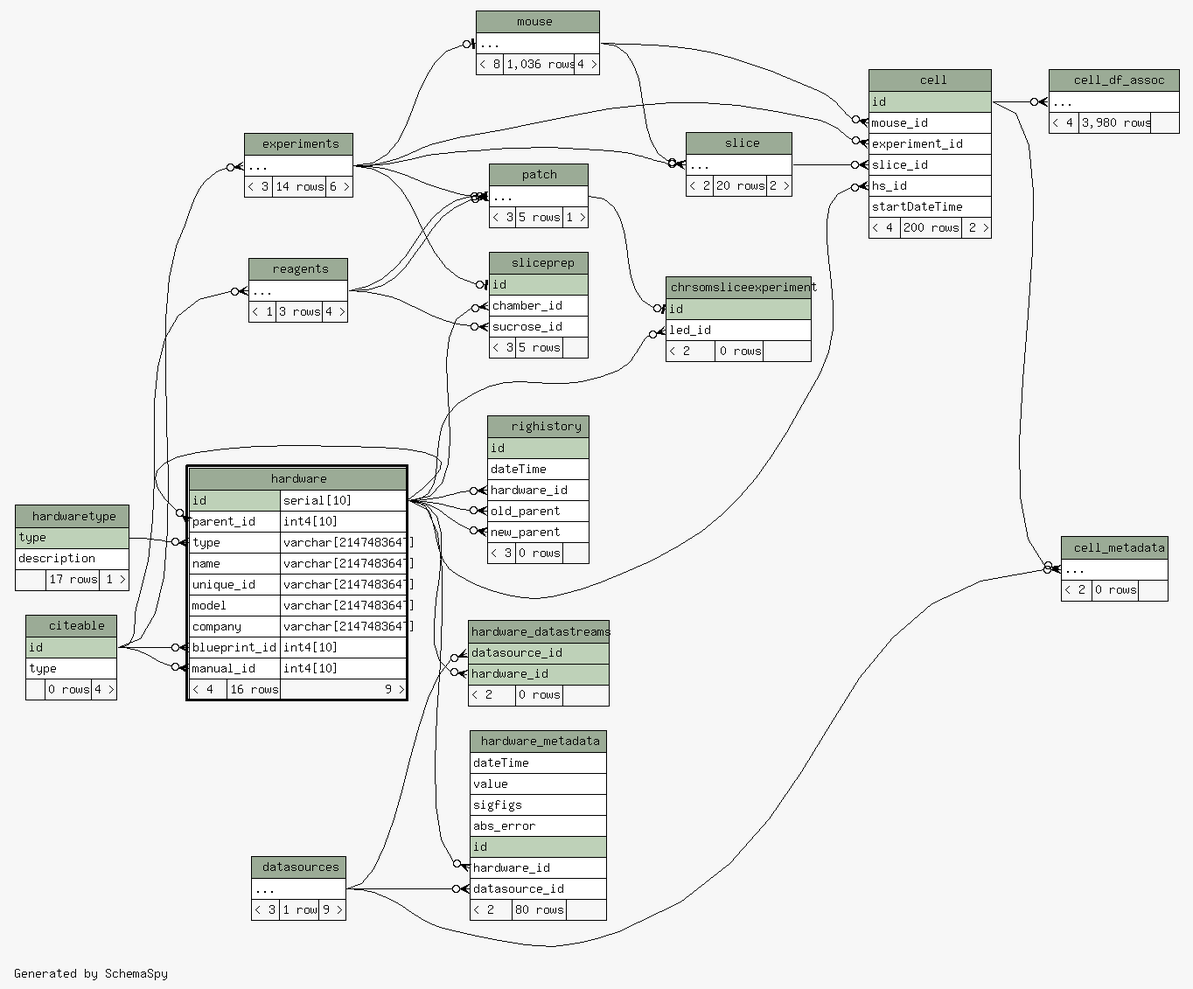
tgbugs/mlab keeps this Graphviz diagram as database/ss/diagrams/hardware.2degrees.png. Above is the earlier version. Its source is kept beside it as database/ss/diagrams/hardware.2degrees.dot. Source of this version:
```dot
digraph "twoDegreesRelationshipsDiagram" {
  graph [
    rankdir="RL"
    bgcolor="#f7f7f7"
    label="\nGenerated by SchemaSpy"
    labeljust="l"
    nodesep="0.18"
    ranksep="0.46"
    fontname="Helvetica"
    fontsize="11"
  ];
  node [
    fontname="Helvetica"
    fontsize="11"
    shape="plaintext"
  ];
  edge [
    arrowsize="0.8"
  ];
  "cell":"experiment_id":w -> "experiments":"elipses":e [arrowhead=none dir=back arrowtail=crowodot];
  "cell":"hs_id":w -> "hardware":"id.type":e [arrowhead=none dir=back arrowtail=crowodot];
  "cell":"mouse_id":w -> "mouse":"elipses":e [arrowhead=none dir=back arrowtail=crowodot];
  "cell":"slice_id":w -> "slice":"elipses":e [arrowhead=none dir=back arrowtail=crowodot];
  "cell_df_assoc":"elipses":w -> "cell":"id":e [arrowhead=none dir=back arrowtail=crowodot];
  "cell_metadata":"elipses":w -> "cell":"id":e [arrowhead=none dir=back arrowtail=crowodot];
  "cell_metadata":"elipses":w -> "datasources":"elipses":e [arrowhead=none dir=back arrowtail=crowodot];
  "chrsomsliceexperiment":"id":w -> "patch":"elipses":e [arrowhead=none dir=back arrowtail=teeodot];
  "chrsomsliceexperiment":"led_id":w -> "hardware":"id.type":e [arrowhead=none dir=back arrowtail=crowodot];
  "experiments":"elipses":w -> "citeable":"id":e [arrowhead=none dir=back arrowtail=crowodot];
  "hardware":"blueprint_id":w -> "citeable":"id":e [arrowhead=none dir=back arrowtail=crowodot];
  "hardware":"manual_id":w -> "citeable":"id":e [arrowhead=none dir=back arrowtail=crowodot];
  "hardware":"parent_id":w -> "hardware":"id.type":e [arrowhead=none dir=back arrowtail=crowodot];
  "hardware":"type":w -> "hardwaretype":"type":e [arrowhead=none dir=back arrowtail=crowodot];
  "hardware_datastreams":"datasource_id":w -> "datasources":"elipses":e [arrowhead=none dir=back arrowtail=crowodot];
  "hardware_datastreams":"hardware_id":w -> "hardware":"id.type":e [arrowhead=none dir=back arrowtail=crowodot];
  "hardware_metadata":"datasource_id":w -> "datasources":"elipses":e [arrowhead=none dir=back arrowtail=crowodot];
  "hardware_metadata":"hardware_id":w -> "hardware":"id.type":e [arrowhead=none dir=back arrowtail=crowodot];
  "mouse":"elipses":w -> "experiments":"elipses":e [arrowhead=none dir=back arrowtail=teeodot];
  "patch":"elipses":w -> "reagents":"elipses":e [arrowhead=none dir=back arrowtail=crowodot];
  "patch":"elipses":w -> "experiments":"elipses":e [arrowhead=none dir=back arrowtail=teeodot];
  "patch":"elipses":w -> "reagents":"elipses":e [arrowhead=none dir=back arrowtail=crowodot];
  "reagents":"elipses":w -> "citeable":"id":e [arrowhead=none dir=back arrowtail=crowodot];
  "righistory":"hardware_id":w -> "hardware":"id.type":e [arrowhead=none dir=back arrowtail=crowodot];
  "righistory":"new_parent":w -> "hardware":"id.type":e [arrowhead=none dir=back arrowtail=crowodot];
  "righistory":"old_parent":w -> "hardware":"id.type":e [arrowhead=none dir=back arrowtail=crowodot];
  "slice":"elipses":w -> "mouse":"elipses":e [arrowhead=none dir=back arrowtail=crowodot];
  "slice":"elipses":w -> "experiments":"elipses":e [arrowhead=none dir=back arrowtail=crowodot];
  "sliceprep":"chamber_id":w -> "hardware":"id.type":e [arrowhead=none dir=back arrowtail=crowodot];
  "sliceprep":"id":w -> "experiments":"elipses":e [arrowhead=none dir=back arrowtail=teeodot];
  "sliceprep":"sucrose_id":w -> "reagents":"elipses":e [arrowhead=none dir=back arrowtail=crowodot];
  "cell" [
    label=<
    <TABLE BORDER="0" CELLBORDER="1" CELLSPACING="0" BGCOLOR="#ffffff">
      <TR><TD COLSPAN="3" BGCOLOR="#9bab96" ALIGN="CENTER">cell</TD></TR>
      <TR><TD PORT="id" COLSPAN="3" BGCOLOR="#bed1b8" ALIGN="LEFT">id</TD></TR>
      <TR><TD PORT="mouse_id" COLSPAN="3" ALIGN="LEFT">mouse_id</TD></TR>
      <TR><TD PORT="experiment_id" COLSPAN="3" ALIGN="LEFT">experiment_id</TD></TR>
      <TR><TD PORT="slice_id" COLSPAN="3" ALIGN="LEFT">slice_id</TD></TR>
      <TR><TD PORT="hs_id" COLSPAN="3" ALIGN="LEFT">hs_id</TD></TR>
      <TR><TD PORT="startDateTime" COLSPAN="3" ALIGN="LEFT">startDateTime</TD></TR>
      <TR><TD ALIGN="LEFT" BGCOLOR="#f7f7f7">&lt; 4</TD><TD ALIGN="RIGHT" BGCOLOR="#f7f7f7">200 rows</TD><TD ALIGN="RIGHT" BGCOLOR="#f7f7f7">2 &gt;</TD></TR>
    </TABLE>>
    URL="cell.html"
    tooltip="cell"
  ];
  "cell_df_assoc" [
    label=<
    <TABLE BORDER="0" CELLBORDER="1" CELLSPACING="0" BGCOLOR="#ffffff">
      <TR><TD COLSPAN="3" BGCOLOR="#9bab96" ALIGN="CENTER">cell_df_assoc</TD></TR>
      <TR><TD PORT="elipses" COLSPAN="3" ALIGN="LEFT">...</TD></TR>
      <TR><TD ALIGN="LEFT" BGCOLOR="#f7f7f7">&lt; 4</TD><TD ALIGN="RIGHT" BGCOLOR="#f7f7f7">3,980 rows</TD><TD ALIGN="RIGHT" BGCOLOR="#f7f7f7">  </TD></TR>
    </TABLE>>
    URL="cell_df_assoc.html"
    tooltip="cell_df_assoc"
  ];
  "cell_metadata" [
    label=<
    <TABLE BORDER="0" CELLBORDER="1" CELLSPACING="0" BGCOLOR="#ffffff">
      <TR><TD COLSPAN="3" BGCOLOR="#9bab96" ALIGN="CENTER">cell_metadata</TD></TR>
      <TR><TD PORT="elipses" COLSPAN="3" ALIGN="LEFT">...</TD></TR>
      <TR><TD ALIGN="LEFT" BGCOLOR="#f7f7f7">&lt; 2</TD><TD ALIGN="RIGHT" BGCOLOR="#f7f7f7">0 rows</TD><TD ALIGN="RIGHT" BGCOLOR="#f7f7f7">  </TD></TR>
    </TABLE>>
    URL="cell_metadata.html"
    tooltip="cell_metadata"
  ];
  "chrsomsliceexperiment" [
    label=<
    <TABLE BORDER="0" CELLBORDER="1" CELLSPACING="0" BGCOLOR="#ffffff">
      <TR><TD COLSPAN="3" BGCOLOR="#9bab96" ALIGN="CENTER">chrsomsliceexperiment</TD></TR>
      <TR><TD PORT="id" COLSPAN="3" BGCOLOR="#bed1b8" ALIGN="LEFT">id</TD></TR>
      <TR><TD PORT="led_id" COLSPAN="3" ALIGN="LEFT">led_id</TD></TR>
      <TR><TD ALIGN="LEFT" BGCOLOR="#f7f7f7">&lt; 2</TD><TD ALIGN="RIGHT" BGCOLOR="#f7f7f7">0 rows</TD><TD ALIGN="RIGHT" BGCOLOR="#f7f7f7">  </TD></TR>
    </TABLE>>
    URL="chrsomsliceexperiment.html"
    tooltip="chrsomsliceexperiment"
  ];
  "citeable" [
    label=<
    <TABLE BORDER="0" CELLBORDER="1" CELLSPACING="0" BGCOLOR="#ffffff">
      <TR><TD COLSPAN="3" BGCOLOR="#9bab96" ALIGN="CENTER">citeable</TD></TR>
      <TR><TD PORT="id" COLSPAN="3" BGCOLOR="#bed1b8" ALIGN="LEFT">id</TD></TR>
      <TR><TD PORT="type" COLSPAN="3" ALIGN="LEFT">type</TD></TR>
      <TR><TD ALIGN="LEFT" BGCOLOR="#f7f7f7">  </TD><TD ALIGN="RIGHT" BGCOLOR="#f7f7f7">0 rows</TD><TD ALIGN="RIGHT" BGCOLOR="#f7f7f7">4 &gt;</TD></TR>
    </TABLE>>
    URL="citeable.html"
    tooltip="citeable"
  ];
  "datasources" [
    label=<
    <TABLE BORDER="0" CELLBORDER="1" CELLSPACING="0" BGCOLOR="#ffffff">
      <TR><TD COLSPAN="3" BGCOLOR="#9bab96" ALIGN="CENTER">datasources</TD></TR>
      <TR><TD PORT="elipses" COLSPAN="3" ALIGN="LEFT">...</TD></TR>
      <TR><TD ALIGN="LEFT" BGCOLOR="#f7f7f7">&lt; 3</TD><TD ALIGN="RIGHT" BGCOLOR="#f7f7f7">1 row</TD><TD ALIGN="RIGHT" BGCOLOR="#f7f7f7">9 &gt;</TD></TR>
    </TABLE>>
    URL="datasources.html"
    tooltip="datasources"
  ];
  "experiments" [
    label=<
    <TABLE BORDER="0" CELLBORDER="1" CELLSPACING="0" BGCOLOR="#ffffff">
      <TR><TD COLSPAN="3" BGCOLOR="#9bab96" ALIGN="CENTER">experiments</TD></TR>
      <TR><TD PORT="elipses" COLSPAN="3" ALIGN="LEFT">...</TD></TR>
      <TR><TD ALIGN="LEFT" BGCOLOR="#f7f7f7">&lt; 3</TD><TD ALIGN="RIGHT" BGCOLOR="#f7f7f7">14 rows</TD><TD ALIGN="RIGHT" BGCOLOR="#f7f7f7">6 &gt;</TD></TR>
    </TABLE>>
    URL="experiments.html"
    tooltip="experiments"
  ];
  "hardware" [
    label=<
    <TABLE BORDER="2" CELLBORDER="1" CELLSPACING="0" BGCOLOR="#ffffff">
      <TR><TD COLSPAN="3" BGCOLOR="#9bab96" ALIGN="CENTER">hardware</TD></TR>
      <TR><TD PORT="id" COLSPAN="2" BGCOLOR="#bed1b8" ALIGN="LEFT">id</TD><TD PORT="id.type" ALIGN="LEFT">serial[10]</TD></TR>
      <TR><TD PORT="parent_id" COLSPAN="2" ALIGN="LEFT">parent_id</TD><TD PORT="parent_id.type" ALIGN="LEFT">int4[10]</TD></TR>
      <TR><TD PORT="type" COLSPAN="2" ALIGN="LEFT">type</TD><TD PORT="type.type" ALIGN="LEFT">varchar[2147483647]</TD></TR>
      <TR><TD PORT="name" COLSPAN="2" ALIGN="LEFT">name</TD><TD PORT="name.type" ALIGN="LEFT">varchar[2147483647]</TD></TR>
      <TR><TD PORT="unique_id" COLSPAN="2" ALIGN="LEFT">unique_id</TD><TD PORT="unique_id.type" ALIGN="LEFT">varchar[2147483647]</TD></TR>
      <TR><TD PORT="model" COLSPAN="2" ALIGN="LEFT">model</TD><TD PORT="model.type" ALIGN="LEFT">varchar[2147483647]</TD></TR>
      <TR><TD PORT="company" COLSPAN="2" ALIGN="LEFT">company</TD><TD PORT="company.type" ALIGN="LEFT">varchar[2147483647]</TD></TR>
      <TR><TD PORT="blueprint_id" COLSPAN="2" ALIGN="LEFT">blueprint_id</TD><TD PORT="blueprint_id.type" ALIGN="LEFT">int4[10]</TD></TR>
      <TR><TD PORT="manual_id" COLSPAN="2" ALIGN="LEFT">manual_id</TD><TD PORT="manual_id.type" ALIGN="LEFT">int4[10]</TD></TR>
      <TR><TD ALIGN="LEFT" BGCOLOR="#f7f7f7">&lt; 4</TD><TD ALIGN="RIGHT" BGCOLOR="#f7f7f7">16 rows</TD><TD ALIGN="RIGHT" BGCOLOR="#f7f7f7">9 &gt;</TD></TR>
    </TABLE>>
    URL="hardware.html"
    tooltip="hardware"
  ];
  "hardware_datastreams" [
    label=<
    <TABLE BORDER="0" CELLBORDER="1" CELLSPACING="0" BGCOLOR="#ffffff">
      <TR><TD COLSPAN="3" BGCOLOR="#9bab96" ALIGN="CENTER">hardware_datastreams</TD></TR>
      <TR><TD PORT="datasource_id" COLSPAN="3" BGCOLOR="#bed1b8" ALIGN="LEFT">datasource_id</TD></TR>
      <TR><TD PORT="hardware_id" COLSPAN="3" BGCOLOR="#bed1b8" ALIGN="LEFT">hardware_id</TD></TR>
      <TR><TD ALIGN="LEFT" BGCOLOR="#f7f7f7">&lt; 2</TD><TD ALIGN="RIGHT" BGCOLOR="#f7f7f7">0 rows</TD><TD ALIGN="RIGHT" BGCOLOR="#f7f7f7">  </TD></TR>
    </TABLE>>
    URL="hardware_datastreams.html"
    tooltip="hardware_datastreams"
  ];
  "hardware_metadata" [
    label=<
    <TABLE BORDER="0" CELLBORDER="1" CELLSPACING="0" BGCOLOR="#ffffff">
      <TR><TD COLSPAN="3" BGCOLOR="#9bab96" ALIGN="CENTER">hardware_metadata</TD></TR>
      <TR><TD PORT="dateTime" COLSPAN="3" ALIGN="LEFT">dateTime</TD></TR>
      <TR><TD PORT="value" COLSPAN="3" ALIGN="LEFT">value</TD></TR>
      <TR><TD PORT="sigfigs" COLSPAN="3" ALIGN="LEFT">sigfigs</TD></TR>
      <TR><TD PORT="abs_error" COLSPAN="3" ALIGN="LEFT">abs_error</TD></TR>
      <TR><TD PORT="id" COLSPAN="3" BGCOLOR="#bed1b8" ALIGN="LEFT">id</TD></TR>
      <TR><TD PORT="hardware_id" COLSPAN="3" ALIGN="LEFT">hardware_id</TD></TR>
      <TR><TD PORT="datasource_id" COLSPAN="3" ALIGN="LEFT">datasource_id</TD></TR>
      <TR><TD ALIGN="LEFT" BGCOLOR="#f7f7f7">&lt; 2</TD><TD ALIGN="RIGHT" BGCOLOR="#f7f7f7">80 rows</TD><TD ALIGN="RIGHT" BGCOLOR="#f7f7f7">  </TD></TR>
    </TABLE>>
    URL="hardware_metadata.html"
    tooltip="hardware_metadata"
  ];
  "hardwaretype" [
    label=<
    <TABLE BORDER="0" CELLBORDER="1" CELLSPACING="0" BGCOLOR="#ffffff">
      <TR><TD COLSPAN="3" BGCOLOR="#9bab96" ALIGN="CENTER">hardwaretype</TD></TR>
      <TR><TD PORT="type" COLSPAN="3" BGCOLOR="#bed1b8" ALIGN="LEFT">type</TD></TR>
      <TR><TD PORT="description" COLSPAN="3" ALIGN="LEFT">description</TD></TR>
      <TR><TD ALIGN="LEFT" BGCOLOR="#f7f7f7">  </TD><TD ALIGN="RIGHT" BGCOLOR="#f7f7f7">17 rows</TD><TD ALIGN="RIGHT" BGCOLOR="#f7f7f7">1 &gt;</TD></TR>
    </TABLE>>
    URL="hardwaretype.html"
    tooltip="hardwaretype"
  ];
  "mouse" [
    label=<
    <TABLE BORDER="0" CELLBORDER="1" CELLSPACING="0" BGCOLOR="#ffffff">
      <TR><TD COLSPAN="3" BGCOLOR="#9bab96" ALIGN="CENTER">mouse</TD></TR>
      <TR><TD PORT="elipses" COLSPAN="3" ALIGN="LEFT">...</TD></TR>
      <TR><TD ALIGN="LEFT" BGCOLOR="#f7f7f7">&lt; 8</TD><TD ALIGN="RIGHT" BGCOLOR="#f7f7f7">1,036 rows</TD><TD ALIGN="RIGHT" BGCOLOR="#f7f7f7">4 &gt;</TD></TR>
    </TABLE>>
    URL="mouse.html"
    tooltip="mouse"
  ];
  "patch" [
    label=<
    <TABLE BORDER="0" CELLBORDER="1" CELLSPACING="0" BGCOLOR="#ffffff">
      <TR><TD COLSPAN="3" BGCOLOR="#9bab96" ALIGN="CENTER">patch</TD></TR>
      <TR><TD PORT="elipses" COLSPAN="3" ALIGN="LEFT">...</TD></TR>
      <TR><TD ALIGN="LEFT" BGCOLOR="#f7f7f7">&lt; 3</TD><TD ALIGN="RIGHT" BGCOLOR="#f7f7f7">5 rows</TD><TD ALIGN="RIGHT" BGCOLOR="#f7f7f7">1 &gt;</TD></TR>
    </TABLE>>
    URL="patch.html"
    tooltip="patch"
  ];
  "reagents" [
    label=<
    <TABLE BORDER="0" CELLBORDER="1" CELLSPACING="0" BGCOLOR="#ffffff">
      <TR><TD COLSPAN="3" BGCOLOR="#9bab96" ALIGN="CENTER">reagents</TD></TR>
      <TR><TD PORT="elipses" COLSPAN="3" ALIGN="LEFT">...</TD></TR>
      <TR><TD ALIGN="LEFT" BGCOLOR="#f7f7f7">&lt; 1</TD><TD ALIGN="RIGHT" BGCOLOR="#f7f7f7">3 rows</TD><TD ALIGN="RIGHT" BGCOLOR="#f7f7f7">4 &gt;</TD></TR>
    </TABLE>>
    URL="reagents.html"
    tooltip="reagents"
  ];
  "righistory" [
    label=<
    <TABLE BORDER="0" CELLBORDER="1" CELLSPACING="0" BGCOLOR="#ffffff">
      <TR><TD COLSPAN="3" BGCOLOR="#9bab96" ALIGN="CENTER">righistory</TD></TR>
      <TR><TD PORT="id" COLSPAN="3" BGCOLOR="#bed1b8" ALIGN="LEFT">id</TD></TR>
      <TR><TD PORT="dateTime" COLSPAN="3" ALIGN="LEFT">dateTime</TD></TR>
      <TR><TD PORT="hardware_id" COLSPAN="3" ALIGN="LEFT">hardware_id</TD></TR>
      <TR><TD PORT="old_parent" COLSPAN="3" ALIGN="LEFT">old_parent</TD></TR>
      <TR><TD PORT="new_parent" COLSPAN="3" ALIGN="LEFT">new_parent</TD></TR>
      <TR><TD ALIGN="LEFT" BGCOLOR="#f7f7f7">&lt; 3</TD><TD ALIGN="RIGHT" BGCOLOR="#f7f7f7">0 rows</TD><TD ALIGN="RIGHT" BGCOLOR="#f7f7f7">  </TD></TR>
    </TABLE>>
    URL="righistory.html"
    tooltip="righistory"
  ];
  "slice" [
    label=<
    <TABLE BORDER="0" CELLBORDER="1" CELLSPACING="0" BGCOLOR="#ffffff">
      <TR><TD COLSPAN="3" BGCOLOR="#9bab96" ALIGN="CENTER">slice</TD></TR>
      <TR><TD PORT="elipses" COLSPAN="3" ALIGN="LEFT">...</TD></TR>
      <TR><TD ALIGN="LEFT" BGCOLOR="#f7f7f7">&lt; 2</TD><TD ALIGN="RIGHT" BGCOLOR="#f7f7f7">20 rows</TD><TD ALIGN="RIGHT" BGCOLOR="#f7f7f7">2 &gt;</TD></TR>
    </TABLE>>
    URL="slice.html"
    tooltip="slice"
  ];
  "sliceprep" [
    label=<
    <TABLE BORDER="0" CELLBORDER="1" CELLSPACING="0" BGCOLOR="#ffffff">
      <TR><TD COLSPAN="3" BGCOLOR="#9bab96" ALIGN="CENTER">sliceprep</TD></TR>
      <TR><TD PORT="id" COLSPAN="3" BGCOLOR="#bed1b8" ALIGN="LEFT">id</TD></TR>
      <TR><TD PORT="chamber_id" COLSPAN="3" ALIGN="LEFT">chamber_id</TD></TR>
      <TR><TD PORT="sucrose_id" COLSPAN="3" ALIGN="LEFT">sucrose_id</TD></TR>
      <TR><TD ALIGN="LEFT" BGCOLOR="#f7f7f7">&lt; 3</TD><TD ALIGN="RIGHT" BGCOLOR="#f7f7f7">5 rows</TD><TD ALIGN="RIGHT" BGCOLOR="#f7f7f7">  </TD></TR>
    </TABLE>>
    URL="sliceprep.html"
    tooltip="sliceprep"
  ];
}
```
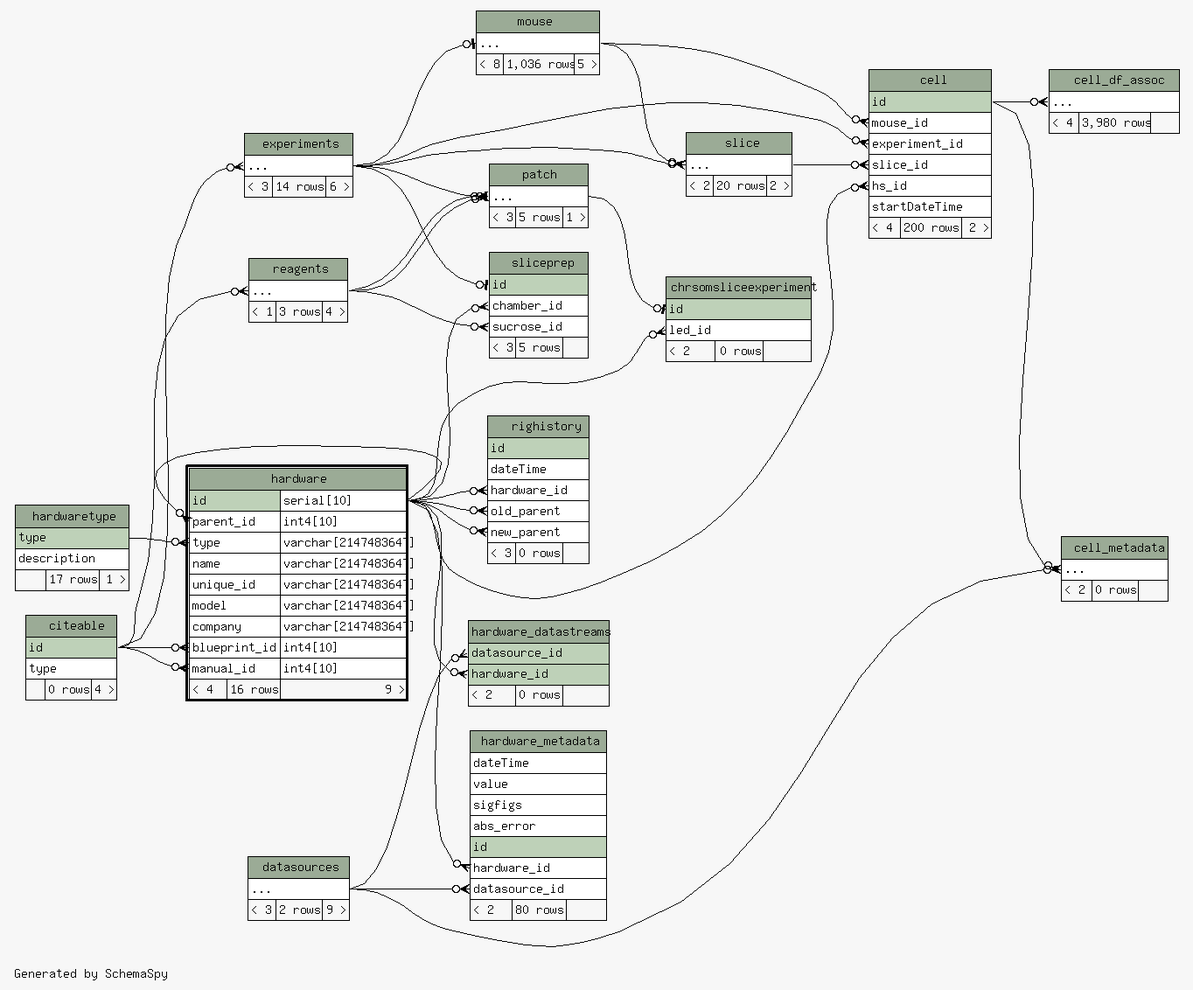
After the commit.

The edit, as a diff of the source:
```diff
@@ -110,7 +110,7 @@
     <TABLE BORDER="0" CELLBORDER="1" CELLSPACING="0" BGCOLOR="#ffffff">
       <TR><TD COLSPAN="3" BGCOLOR="#9bab96" ALIGN="CENTER">datasources</TD></TR>
       <TR><TD PORT="elipses" COLSPAN="3" ALIGN="LEFT">...</TD></TR>
-      <TR><TD ALIGN="LEFT" BGCOLOR="#f7f7f7">&lt; 3</TD><TD ALIGN="RIGHT" BGCOLOR="#f7f7f7">1 row</TD><TD ALIGN="RIGHT" BGCOLOR="#f7f7f7">9 &gt;</TD></TR>
+      <TR><TD ALIGN="LEFT" BGCOLOR="#f7f7f7">&lt; 3</TD><TD ALIGN="RIGHT" BGCOLOR="#f7f7f7">2 rows</TD><TD ALIGN="RIGHT" BGCOLOR="#f7f7f7">9 &gt;</TD></TR>
     </TABLE>>
     URL="datasources.html"
     tooltip="datasources"
@@ -186,7 +186,7 @@
     <TABLE BORDER="0" CELLBORDER="1" CELLSPACING="0" BGCOLOR="#ffffff">
       <TR><TD COLSPAN="3" BGCOLOR="#9bab96" ALIGN="CENTER">mouse</TD></TR>
       <TR><TD PORT="elipses" COLSPAN="3" ALIGN="LEFT">...</TD></TR>
-      <TR><TD ALIGN="LEFT" BGCOLOR="#f7f7f7">&lt; 8</TD><TD ALIGN="RIGHT" BGCOLOR="#f7f7f7">1,036 rows</TD><TD ALIGN="RIGHT" BGCOLOR="#f7f7f7">4 &gt;</TD></TR>
+      <TR><TD ALIGN="LEFT" BGCOLOR="#f7f7f7">&lt; 8</TD><TD ALIGN="RIGHT" BGCOLOR="#f7f7f7">1,036 rows</TD><TD ALIGN="RIGHT" BGCOLOR="#f7f7f7">5 &gt;</TD></TR>
     </TABLE>>
     URL="mouse.html"
     tooltip="mouse"
```
